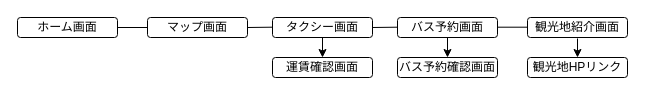
Before: Untitled Diagram.drawio in FukuokaIruka/public, a draw.io diagram. Source tidied: cells renumbered, new cells numbered last; positions are measured from the earlier drawing's top-left corner, leaving out a move shared by most shapes. Both pictures are drawn from the tidied source at 100%, with x=0, y=0 at pixel (17, 17).
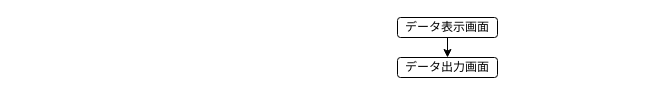
Above is the later version.

What changed in the source:
```diff
@@
-    <mxCell id="2" value="ホーム画面" style="rounded=1;whiteSpace=wrap;html=1;" parent="1" vertex="1">
-      <mxGeometry width="100" height="20" as="geometry" />
-    </mxCell>
-    <mxCell id="3" value="マップ画面" style="rounded=1;whiteSpace=wrap;html=1;" parent="1" vertex="1">
-      <mxGeometry x="130" width="100" height="20" as="geometry" />
-    </mxCell>
-    <mxCell id="4" value="タクシー画面" style="rounded=1;whiteSpace=wrap;html=1;" parent="1" vertex="1">
-      <mxGeometry x="255" width="100" height="20" as="geometry" />
-    </mxCell>
-    <mxCell id="5" value="バス予約画面" style="rounded=1;whiteSpace=wrap;html=1;" parent="1" vertex="1">
+    <mxCell id="5" value="データ表示画面" style="rounded=1;whiteSpace=wrap;html=1;" parent="1" vertex="1">
       <mxGeometry x="380" width="100" height="20" as="geometry" />
     </mxCell>
-    <mxCell id="6" value="観光地紹介画面" style="rounded=1;whiteSpace=wrap;html=1;" parent="1" vertex="1">
-      <mxGeometry x="510" width="100" height="20" as="geometry" />
-    </mxCell>
-    <mxCell id="7" value="バス予約確認画面" style="rounded=1;whiteSpace=wrap;html=1;" parent="1" vertex="1">
+    <mxCell id="7" value="データ出力画面" style="rounded=1;whiteSpace=wrap;html=1;" parent="1" vertex="1">
       <mxGeometry x="380" y="40" width="100" height="20" as="geometry" />
     </mxCell>
@@
-    <mxCell id="9" style="endArrow=none;html=1;rounded=0;exitX=1;exitY=0.5;exitDx=0;exitDy=0;entryX=0;entryY=0.5;entryDx=0;entryDy=0;" parent="1" edge="1" source="2" target="3">
-      <mxGeometry relative="1" as="geometry" />
-    </mxCell>
-    <mxCell id="10" style="endArrow=none;html=1;rounded=0;entryX=0;entryY=0.5;entryDx=0;entryDy=0;" parent="1" edge="1">
-      <mxGeometry relative="1" as="geometry">
-        <mxPoint x="230" y="10" as="sourcePoint" />
-        <mxPoint x="255" y="9.7" as="targetPoint" />
-      </mxGeometry>
-    </mxCell>
-    <mxCell id="11" style="endArrow=none;html=1;rounded=0;entryX=0;entryY=0.5;entryDx=0;entryDy=0;exitX=1;exitY=0.5;exitDx=0;exitDy=0;" parent="1" edge="1" source="4">
-      <mxGeometry relative="1" as="geometry">
-        <mxPoint x="380" y="9.7" as="targetPoint" />
-      </mxGeometry>
-    </mxCell>
-    <mxCell id="12" style="endArrow=none;html=1;rounded=0;exitX=1;exitY=0.5;exitDx=0;exitDy=0;entryX=0;entryY=0.5;entryDx=0;entryDy=0;" parent="1" edge="1">
-      <mxGeometry relative="1" as="geometry">
-        <mxPoint x="480" y="9.7" as="sourcePoint" />
-        <mxPoint x="510" y="9.7" as="targetPoint" />
-      </mxGeometry>
-    </mxCell>
-    <mxCell id="13" value="観光地HPリンク" style="rounded=1;whiteSpace=wrap;html=1;" parent="1" vertex="1">
-      <mxGeometry x="510" y="40" width="100" height="20" as="geometry" />
-    </mxCell>
-    <mxCell id="14" style="endArrow=classic;html=1;rounded=0;" parent="1" edge="1" target="13">
-      <mxGeometry relative="1" as="geometry">
-        <mxPoint x="560" y="21" as="sourcePoint" />
-      </mxGeometry>
-    </mxCell>
-    <mxCell id="15" value="運賃確認画面" style="rounded=1;whiteSpace=wrap;html=1;" parent="1" vertex="1">
-      <mxGeometry x="255" y="40" width="100" height="20" as="geometry" />
-    </mxCell>
-    <mxCell id="16" style="endArrow=classic;html=1;rounded=0;exitX=0.5;exitY=1;exitDx=0;exitDy=0;entryX=0.5;entryY=0;entryDx=0;entryDy=0;" parent="1" edge="1" source="4" target="15">
-      <mxGeometry relative="1" as="geometry" />
-    </mxCell>
```
